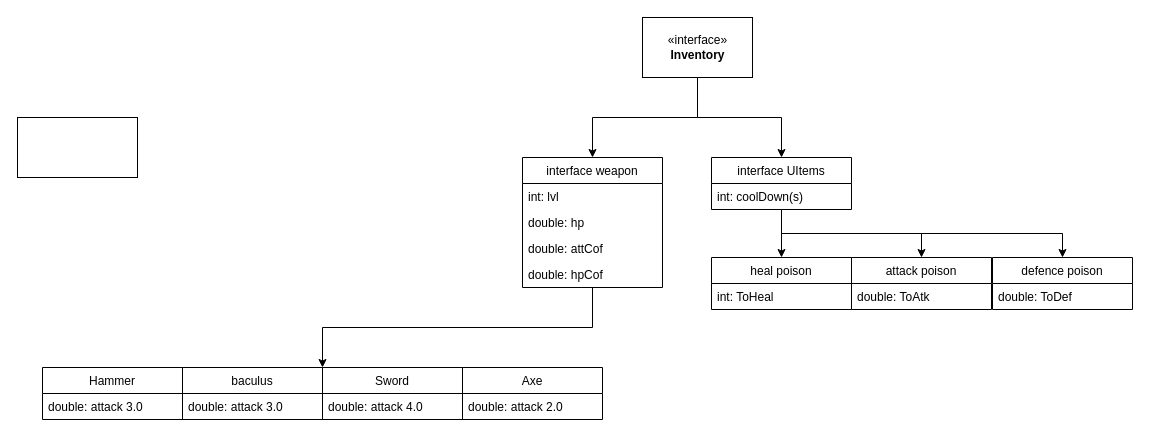
Before: page "Inventory(weapon,UItems)" (2 of 3) of src/plan/projectDiagram.drawio in vfedychkanych/MyPlayProj, a draw.io diagram. Source tidied: cells renumbered, new cells numbered last; positions are measured from the earlier drawing's top-left corner, leaving out a move shared by most shapes. Both pictures are drawn from the tidied source at 100%, with x=0, y=0 at pixel (17, 17).
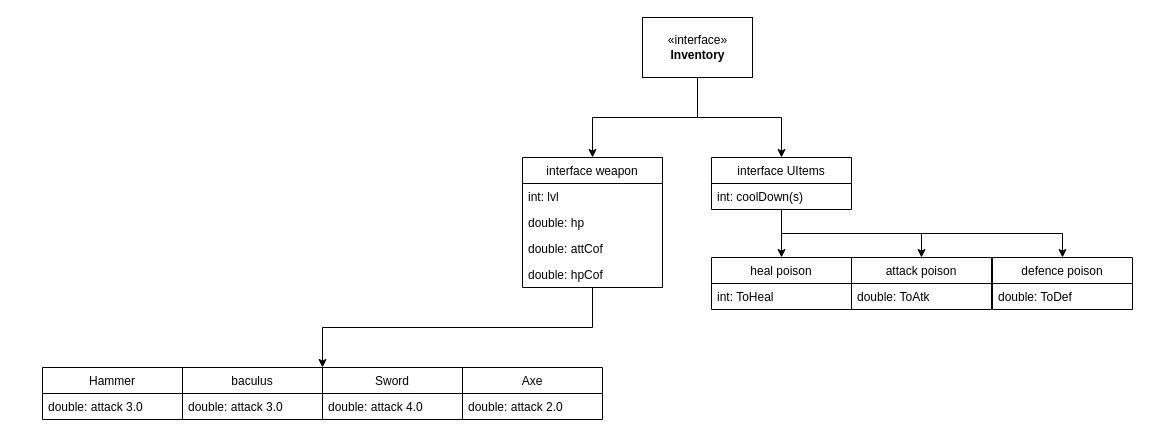
Above is the later version.

Diff of the diagram source:
```diff
@@
-    <mxCell id="30" style="rounded=0;whiteSpace=wrap;html=1;" parent="1" vertex="1">
-      <mxGeometry y="100" width="120" height="60" as="geometry" />
-    </mxCell>
```
